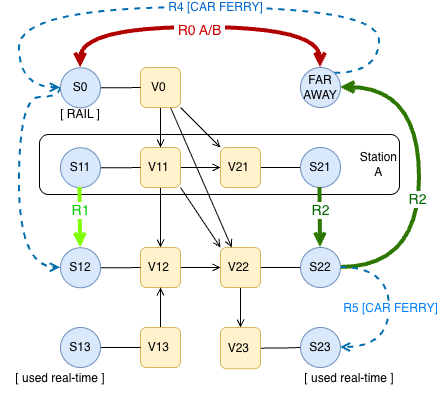
Earlier version of the draw.io export application/src/test/java/org/opentripplanner/graph_builder/module/transfer/DirectTransferGeneratorTest.drawio.png (entur/OpenTripPlanner). Source tidied: cells renumbered, new cells last; positions are measured from the earlier drawing's top-left corner, leaving out a move shared by most shapes.
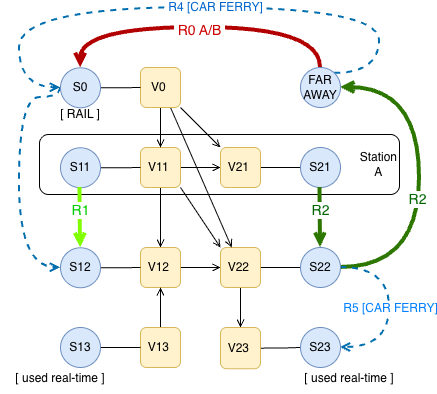
After the commit.

The edit, as a diff of the source:
```diff
@@ -65,7 +65,7 @@
     <mxCell id="22" style="edgeStyle=orthogonalEdgeStyle;rounded=0;jettySize=auto;html=1;exitX=1;exitY=0.5;exitDx=0;exitDy=0;entryX=0;entryY=0.5;entryDx=0;entryDy=0;endArrow=none;endFill=0;" parent="1" edge="1" source="26" target="21">
       <mxGeometry relative="1" as="geometry" />
     </mxCell>
-    <mxCell id="23" style="edgeStyle=orthogonalEdgeStyle;curved=1;rounded=0;jettySize=auto;html=1;exitX=0.5;exitY=0;exitDx=0;exitDy=0;entryX=0.5;entryY=0;entryDx=0;entryDy=0;endArrow=open;endFill=0;strokeWidth=4;fillColor=#e51400;strokeColor=#B20000;startArrow=open;startFill=0;" parent="1" edge="1" source="26" target="42">
+    <mxCell id="23" style="edgeStyle=orthogonalEdgeStyle;curved=1;rounded=0;jettySize=auto;html=1;exitX=0.5;exitY=0;exitDx=0;exitDy=0;entryX=0.5;entryY=0;entryDx=0;entryDy=0;endArrow=none;endFill=0;strokeWidth=4;fillColor=#e51400;strokeColor=#B20000;startArrow=open;startFill=0;" parent="1" edge="1" source="26" target="42">
       <mxGeometry relative="1" as="geometry">
         <Array as="points">
           <mxPoint x="80" y="20" />
```
